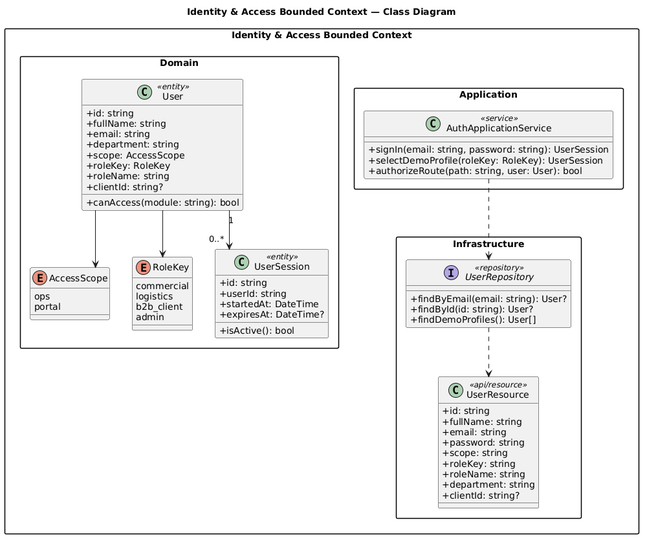
Above: report/assets/images/chapter-4/architecture/class-diagrams/class-diagram-identity-access.png in upc-pre-202610-1asi0730-12242-king/nexa-ecosystem-report (PlantUML), before the change.
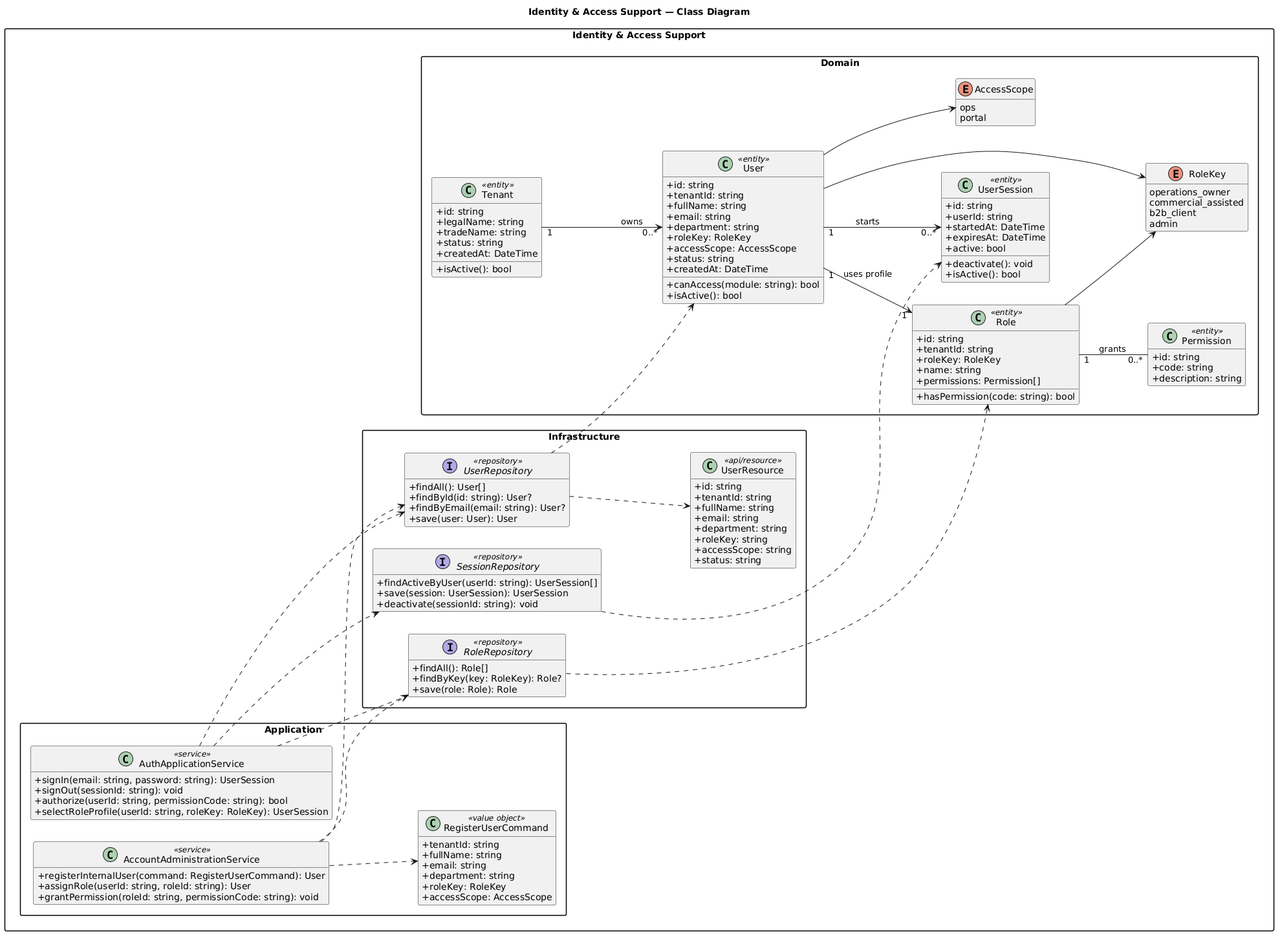
After the change.

Commit message:
refactor(ddd): adjust integration mapping definitions

Context:
- AV2 product design and C4 architecture definitions

Changes:
- Draft design guidelines and ddd details
- Ensure compliance with subdomain boundaries

Reason:
- Establish clear design patterns and architecture mapping

Validation:
- Verify image asset rendering and markdown consistency

What changed in the source:
```diff
@@ -1,80 +1,152 @@
 @startuml
-title Identity & Access Bounded Context — Class Diagram
-
-skinparam shadowing false
+left to right direction
 skinparam packageStyle rectangle
 skinparam classAttributeIconSize 0
-skinparam defaultFontName Inter
-skinparam linetype ortho
+hide empty members
 
-package "Identity & Access Bounded Context" {
+title Identity & Access Support — Class Diagram
 
-  package "Domain" {
-    class User <<entity>> {
-      +id: string
+package "Identity & Access Support" {
+
+  package "Application" {
+
+    class AuthApplicationService <<service>> {
+      +signIn(email: string, password: string): UserSession
+      +signOut(sessionId: string): void
+      +authorize(userId: string, permissionCode: string): bool
+      +selectRoleProfile(userId: string, roleKey: RoleKey): UserSession
+    }
+
+    class AccountAdministrationService <<service>> {
+      +registerInternalUser(command: RegisterUserCommand): User
+      +assignRole(userId: string, roleId: string): User
+      +grantPermission(roleId: string, permissionCode: string): void
+    }
+
+    class RegisterUserCommand <<value object>> {
+      +tenantId: string
       +fullName: string
       +email: string
       +department: string
-      +scope: AccessScope
       +roleKey: RoleKey
-      +roleName: string
-      +clientId: string?
+      +accessScope: AccessScope
+    }
+  }
+
+  package "Infrastructure" {
+
+    interface UserRepository <<repository>> {
+      +findAll(): User[]
+      +findById(id: string): User?
+      +findByEmail(email: string): User?
+      +save(user: User): User
+    }
+
+    interface RoleRepository <<repository>> {
+      +findAll(): Role[]
+      +findByKey(key: RoleKey): Role?
+      +save(role: Role): Role
+    }
+
+    interface SessionRepository <<repository>> {
+      +findActiveByUser(userId: string): UserSession[]
+      +save(session: UserSession): UserSession
+      +deactivate(sessionId: string): void
+    }
+
+    class UserResource <<api/resource>> {
+      +id: string
+      +tenantId: string
+      +fullName: string
+      +email: string
+      +department: string
+      +roleKey: string
+      +accessScope: string
+      +status: string
+    }
+  }
+
+  package "Domain" {
+
+    class Tenant <<entity>> {
+      +id: string
+      +legalName: string
+      +tradeName: string
+      +status: string
+      +createdAt: DateTime
+      +isActive(): bool
+    }
+
+    class User <<entity>> {
+      +id: string
+      +tenantId: string
+      +fullName: string
+      +email: string
+      +department: string
+      +roleKey: RoleKey
+      +accessScope: AccessScope
+      +status: string
+      +createdAt: DateTime
       +canAccess(module: string): bool
+      +isActive(): bool
+    }
+
+    class Role <<entity>> {
+      +id: string
+      +tenantId: string
+      +roleKey: RoleKey
+      +name: string
+      +permissions: Permission[]
+      +hasPermission(code: string): bool
+    }
+
+    class Permission <<entity>> {
+      +id: string
+      +code: string
+      +description: string
+    }
+
+    class UserSession <<entity>> {
+      +id: string
+      +userId: string
+      +startedAt: DateTime
+      +expiresAt: DateTime
+      +active: bool
+      +deactivate(): void
+      +isActive(): bool
+    }
+
+    enum RoleKey {
+      operations_owner
+      commercial_assisted
+      b2b_client
+      admin
     }
 
     enum AccessScope {
       ops
       portal
     }
+  }
+}
 
-    enum RoleKey {
-      commercial
-      logistics
-      b2b_client
-      admin
-    }
+Tenant "1" --> "0..*" User : owns
+User "1" --> "0..*" UserSession : starts
+User "1" --> "1" Role : uses profile
+Role "1" -- "0..*" Permission : grants
+User --> RoleKey
+User --> AccessScope
+Role --> RoleKey
 
-    class UserSession <<entity>> {
-      +id: string
-      +userId: string
-      +startedAt: DateTime
-      +expiresAt: DateTime?
-      +isActive(): bool
-    }
-  }
+AuthApplicationService ..> UserRepository
+AuthApplicationService ..> SessionRepository
+AuthApplicationService ..> RoleRepository
+AccountAdministrationService ..> UserRepository
+AccountAdministrationService ..> RoleRepository
+AccountAdministrationService ..> RegisterUserCommand
 
-  package "Application" {
-    class AuthApplicationService <<service>> {
-      +signIn(email: string, password: string): UserSession
-      +selectDemoProfile(roleKey: RoleKey): UserSession
-      +authorizeRoute(path: string, user: User): bool
-    }
-  }
-
-  package "Infrastructure" {
-    class UserResource <<api/resource>> {
-      +id: string
-      +fullName: string
-      +email: string
-      +password: string
-      +scope: string
-      +roleKey: string
-      +roleName: string
-      +department: string
-      +clientId: string?
-    }
-
-    interface UserRepository <<repository>> {
-      +findByEmail(email: string): User?
-      +findById(id: string): User?
-      +findDemoProfiles(): User[]
-    }
-  }
-
-  User "1" --> "0..*" UserSession
-  User --> AccessScope
-  User --> RoleKey
-  AuthApplicationService ..> UserRepository
-  UserRepository ..> UserResource
-}
+UserRepository ..> User
+RoleRepository ..> Role
+SessionRepository ..> UserSession
+UserRepository ..> UserResource
 @enduml
```
